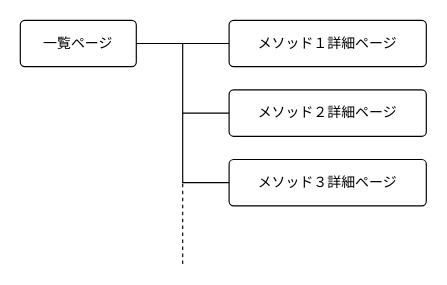
Before: transition.dio in SettingTom/stress-relief-method, a draw.io diagram. Source tidied: cells renumbered, new cells numbered last; positions are measured from the earlier drawing's top-left corner, leaving out a move shared by most shapes. Both pictures are drawn from the tidied source at 116%, with x=0, y=0 at pixel (20, 20).
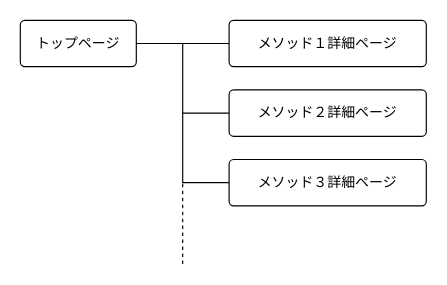
The same diagram, later.

Commit message:
画面遷移図 語句修正

Diff of the diagram source:
```diff
@@
 <mxGraphModel>
   <root>
     <mxCell id="0" />
     <mxCell id="1" parent="0" />
     <mxCell id="2" style="edgeStyle=none;html=1;endArrow=none;endFill=0;" parent="1" edge="1" source="4" target="5">
       <mxGeometry relative="1" as="geometry" />
     </mxCell>
     <mxCell id="3" style="edgeStyle=none;html=1;entryX=0;entryY=0.5;entryDx=0;entryDy=0;endArrow=none;endFill=0;rounded=0;" parent="1" edge="1" target="6">
       <mxGeometry relative="1" as="geometry">
         <mxPoint x="140" y="20" as="sourcePoint" />
         <Array as="points">
           <mxPoint x="140" y="80" />
         </Array>
       </mxGeometry>
     </mxCell>
-    <mxCell id="4" value="一覧ページ" style="rounded=1;arcSize=10;whiteSpace=wrap;html=1;align=center;" parent="1" vertex="1">
+    <mxCell id="4" value="トップページ" style="rounded=1;arcSize=10;whiteSpace=wrap;html=1;align=center;" parent="1" vertex="1">
       <mxGeometry width="100" height="40" as="geometry" />
     </mxCell>
     <mxCell id="5" value="メソッド１詳細ページ" style="rounded=1;arcSize=10;whiteSpace=wrap;html=1;align=center;" parent="1" vertex="1">
       <mxGeometry x="180" width="170" height="40" as="geometry" />
     </mxCell>
     <mxCell id="6" value="メソッド２詳細ページ" style="rounded=1;arcSize=10;whiteSpace=wrap;html=1;align=center;" parent="1" vertex="1">
       <mxGeometry x="180" y="60" width="170" height="40" as="geometry" />
     </mxCell>
     <mxCell id="7" style="edgeStyle=none;rounded=0;html=1;exitX=0;exitY=0.5;exitDx=0;exitDy=0;endArrow=none;endFill=0;" parent="1" edge="1" source="8">
       <mxGeometry relative="1" as="geometry">
         <mxPoint x="140" y="80" as="targetPoint" />
         <Array as="points">
           <mxPoint x="140" y="140" />
         </Array>
       </mxGeometry>
     </mxCell>
     <mxCell id="8" value="メソッド３詳細ページ" style="rounded=1;arcSize=10;whiteSpace=wrap;html=1;align=center;" parent="1" vertex="1">
       <mxGeometry x="180" y="120" width="170" height="40" as="geometry" />
     </mxCell>
     <mxCell id="9" style="endArrow=none;html=1;dashed=1;" parent="1" edge="1">
       <mxGeometry relative="1" as="geometry">
         <mxPoint x="140" y="210" as="sourcePoint" />
         <mxPoint x="140" y="140" as="targetPoint" />
       </mxGeometry>
     </mxCell>
   </root>
 </mxGraphModel>
```
